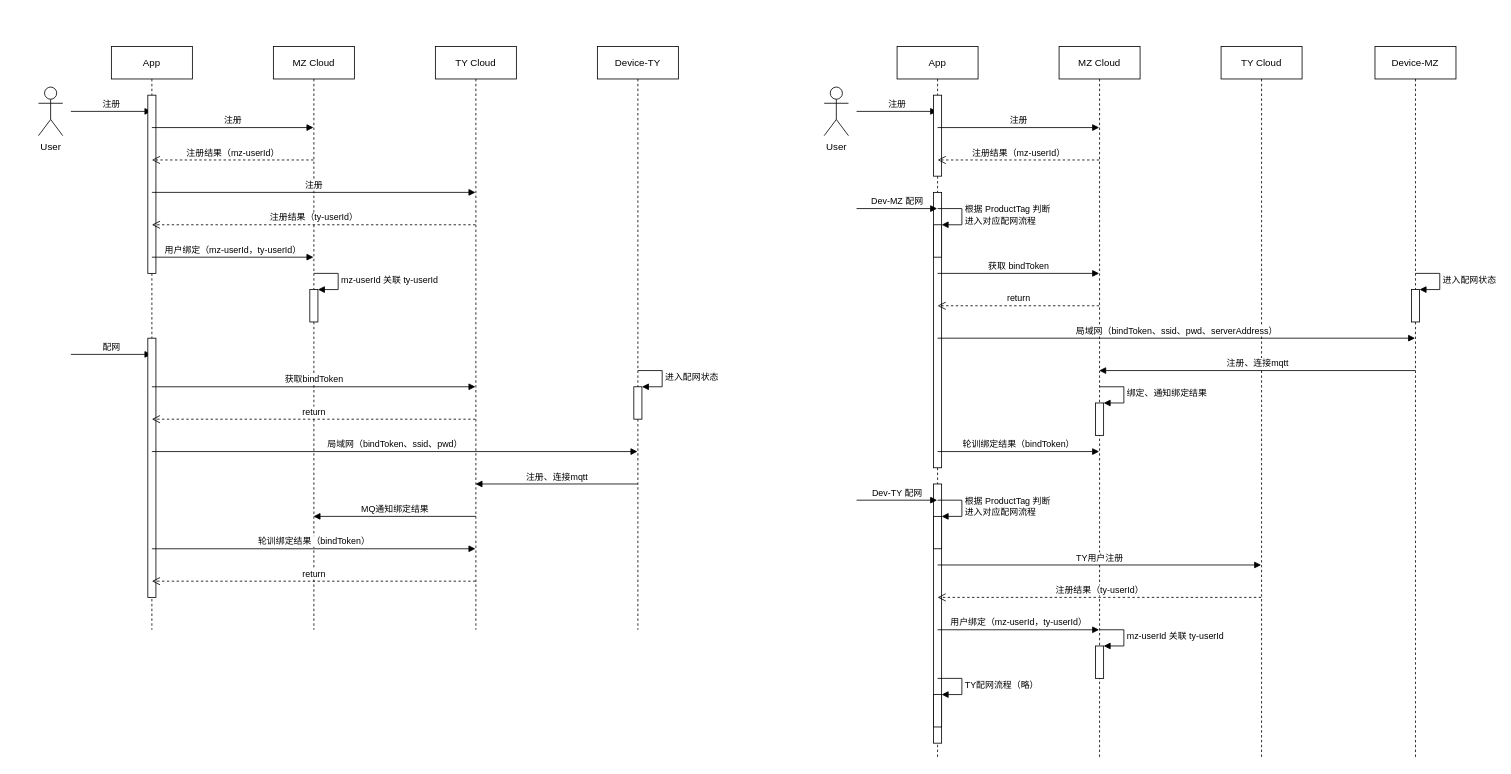
Before: 设备配网-TY.drawio in Jeff-Junfang/PNG, a draw.io diagram. Source tidied: cells renumbered, new cells numbered last; positions are measured from the earlier drawing's top-left corner, leaving out a move shared by most shapes. Both pictures are drawn from the tidied source at 81%, with x=0, y=0 at pixel (38, 46).
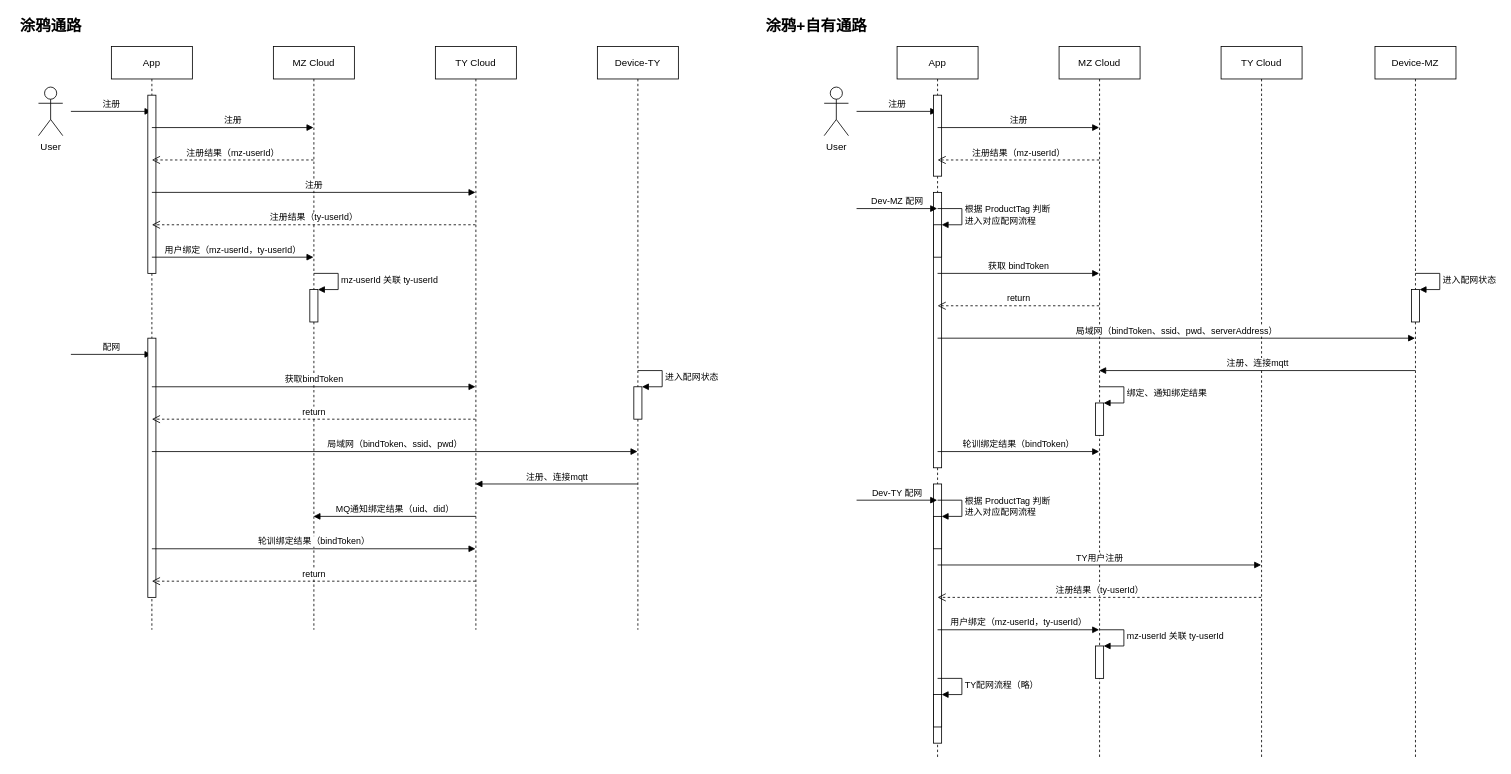
The same page after the edit.

Unchanged cells that the change refers to:
```xml
<mxCell id="3" value="TY Cloud" style="shape=umlLifeline;perimeter=lifelinePerimeter;whiteSpace=wrap;html=1;outlineConnect=0;" parent="1" vertex="1">
  <mxGeometry x="490" width="100" height="720" as="geometry" />
</mxCell>
<mxCell id="9" value="MZ Cloud" style="shape=umlLifeline;perimeter=lifelinePerimeter;whiteSpace=wrap;html=1;outlineConnect=0;" parent="1" vertex="1">
  <mxGeometry x="290" width="100" height="720" as="geometry" />
</mxCell>
```

The edit, as a diff of the source:
```diff
@@
-    <mxCell id="4" value="MQ通知绑定结果" style="html=1;verticalAlign=bottom;endArrow=block;" parent="3" edge="1" target="9">
+    <mxCell id="4" value="MQ通知绑定结果（uid、did）" style="html=1;verticalAlign=bottom;endArrow=block;" parent="3" edge="1" target="9">
       <mxGeometry relative="1" as="geometry">
         <mxPoint x="50" y="580" as="sourcePoint" />
       </mxGeometry>
     </mxCell>
@@
+    <mxCell id="60" value="涂鸦通路" style="text;html=1;align=center;verticalAlign=middle;fillColor=none;strokeColor=none;rounded=0;fontSize=19;fontStyle=1;" parent="1" vertex="1">
+      <mxGeometry x="-30" y="-40" width="90" height="30" as="geometry" />
+    </mxCell>
+    <mxCell id="61" value="涂鸦+自有通路" style="text;html=1;align=center;verticalAlign=middle;fillColor=none;strokeColor=none;rounded=0;fontSize=19;fontStyle=1;" parent="1" vertex="1">
+      <mxGeometry x="890" y="-40" width="140" height="30" as="geometry" />
+    </mxCell>
```
